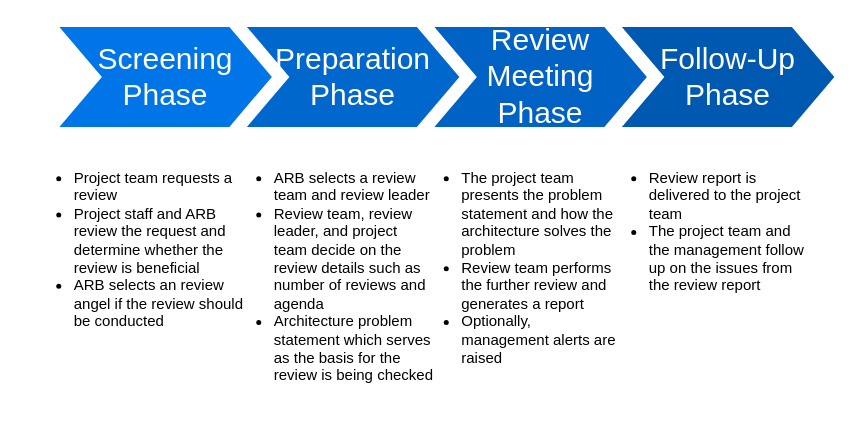
Earlier version of the draw.io diagram assets/drawio/classical-architecture-review-process-overview.drawio (steffenmueller4/steffenmueller4.github.io). Source tidied: cells renumbered, new cells numbered last; positions are measured from the earlier drawing's top-left corner, leaving out a move shared by most shapes. Both pictures are drawn from the tidied source at 125%, with x=0, y=0 at pixel (21, 26).
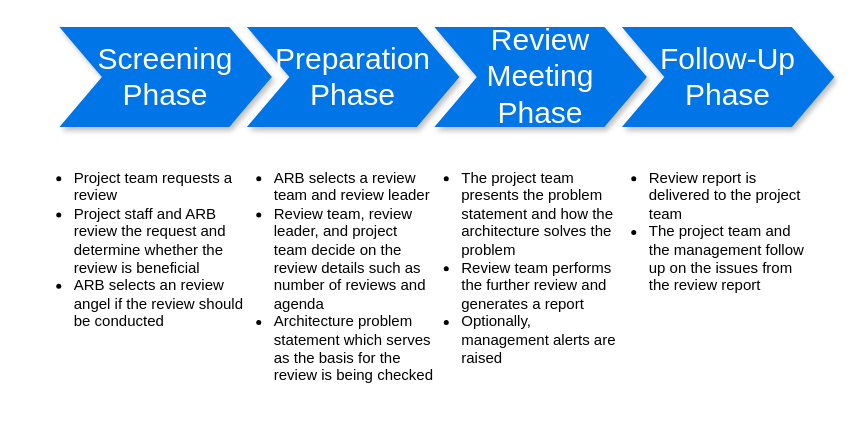
Above is the later version.

The edit, as a diff of the source:
```diff
@@
 <mxGraphModel>
   <root>
     <mxCell id="0" />
     <mxCell id="1" parent="0" />
-    <mxCell id="2" value="Screening Phase" style="shape=step;whiteSpace=wrap;html=1;fontSize=24;fillColor=#0075E8;fontColor=#FFFFFF;strokeColor=none;" parent="1" vertex="1">
+    <mxCell id="2" value="Screening Phase" style="shape=step;whiteSpace=wrap;html=1;fontSize=24;fillColor=#0075E8;fontColor=#FFFFFF;strokeColor=none;shadow=1;" parent="1" vertex="1">
       <mxGeometry x="30" width="170" height="80" as="geometry" />
     </mxCell>
-    <mxCell id="3" value="Preparation&lt;br style=&quot;font-size: 24px;&quot;&gt;Phase" style="shape=step;whiteSpace=wrap;html=1;fontSize=24;fillColor=#0067CC;fontColor=#FFFFFF;strokeColor=none;" parent="1" vertex="1">
+    <mxCell id="3" value="Preparation&lt;br style=&quot;font-size: 24px;&quot;&gt;Phase" style="shape=step;whiteSpace=wrap;html=1;fontSize=24;fontColor=#FFFFFF;strokeColor=none;fillColor=#0075E8;shadow=1;" parent="1" vertex="1">
       <mxGeometry x="180" width="170" height="80" as="geometry" />
     </mxCell>
-    <mxCell id="4" value="Review Meeting&lt;br style=&quot;font-size: 24px;&quot;&gt;Phase" style="shape=step;whiteSpace=wrap;html=1;fontSize=24;fillColor=#0062C4;fontColor=#FFFFFF;strokeColor=none;" parent="1" vertex="1">
+    <mxCell id="4" value="Review Meeting&lt;br style=&quot;font-size: 24px;&quot;&gt;Phase" style="shape=step;whiteSpace=wrap;html=1;fontSize=24;fontColor=#FFFFFF;strokeColor=none;fillColor=#0075E8;shadow=1;" parent="1" vertex="1">
       <mxGeometry x="330" width="170" height="80" as="geometry" />
     </mxCell>
-    <mxCell id="5" value="Follow-Up Phase" style="shape=step;whiteSpace=wrap;html=1;fontSize=24;fillColor=#0059B0;fontColor=#FFFFFF;strokeColor=none;" parent="1" vertex="1">
+    <mxCell id="5" value="Follow-Up Phase" style="shape=step;whiteSpace=wrap;html=1;fontSize=24;fontColor=#FFFFFF;strokeColor=none;fillColor=#0075E8;shadow=1;" parent="1" vertex="1">
       <mxGeometry x="480" width="170" height="80" as="geometry" />
     </mxCell>
     <mxCell id="6" value="&lt;ul&gt;&lt;li&gt;&lt;span&gt;Project team requests a review&lt;/span&gt;&lt;/li&gt;&lt;li&gt;&lt;span&gt;Project staff and ARB review the request and determine whether the review is beneficial&lt;/span&gt;&lt;/li&gt;&lt;li&gt;&lt;span&gt;ARB selects an review angel if the review should be conducted&lt;/span&gt;&lt;/li&gt;&lt;/ul&gt;" style="text;spacingTop=-5;fillColor=#ffffff;whiteSpace=wrap;html=1;align=left;fontSize=12;fontFamily=Helvetica;fillColor=none;strokeColor=none;" parent="1" vertex="1">
       <mxGeometry y="100" width="180" height="200" as="geometry" />
     </mxCell>
     <mxCell id="7" value="&lt;ul&gt;&lt;li&gt;ARB selects a review team and review leader&lt;/li&gt;&lt;li&gt;Review team, review leader, and project team decide on the review details such as number of reviews and agenda&lt;/li&gt;&lt;li&gt;Architecture problem statement which serves as the basis for the review is being checked&lt;/li&gt;&lt;/ul&gt;" style="text;spacingTop=-5;fillColor=#ffffff;whiteSpace=wrap;html=1;align=left;fontSize=12;fontFamily=Helvetica;fillColor=none;strokeColor=none;" parent="1" vertex="1">
       <mxGeometry x="160" y="100" width="170" height="200" as="geometry" />
     </mxCell>
     <mxCell id="8" value="&lt;ul&gt;&lt;li&gt;The project team presents the problem statement and how the architecture solves the problem&lt;/li&gt;&lt;li&gt;Review team performs the further review and generates a report&lt;/li&gt;&lt;li&gt;Optionally, management alerts are raised&lt;/li&gt;&lt;/ul&gt;" style="text;spacingTop=-5;fillColor=#ffffff;whiteSpace=wrap;html=1;align=left;fontSize=12;fontFamily=Helvetica;fillColor=none;strokeColor=none;" parent="1" vertex="1">
       <mxGeometry x="310" y="100" width="170" height="200" as="geometry" />
     </mxCell>
     <mxCell id="9" value="&lt;ul&gt;&lt;li&gt;Review report is delivered to the project team&lt;/li&gt;&lt;li&gt;The project team and the management follow up on the issues from the review report&lt;/li&gt;&lt;/ul&gt;" style="text;spacingTop=-5;fillColor=#ffffff;whiteSpace=wrap;html=1;align=left;fontSize=12;fontFamily=Helvetica;fillColor=none;strokeColor=none;" parent="1" vertex="1">
       <mxGeometry x="460" y="100" width="170" height="200" as="geometry" />
     </mxCell>
   </root>
 </mxGraphModel>
```
